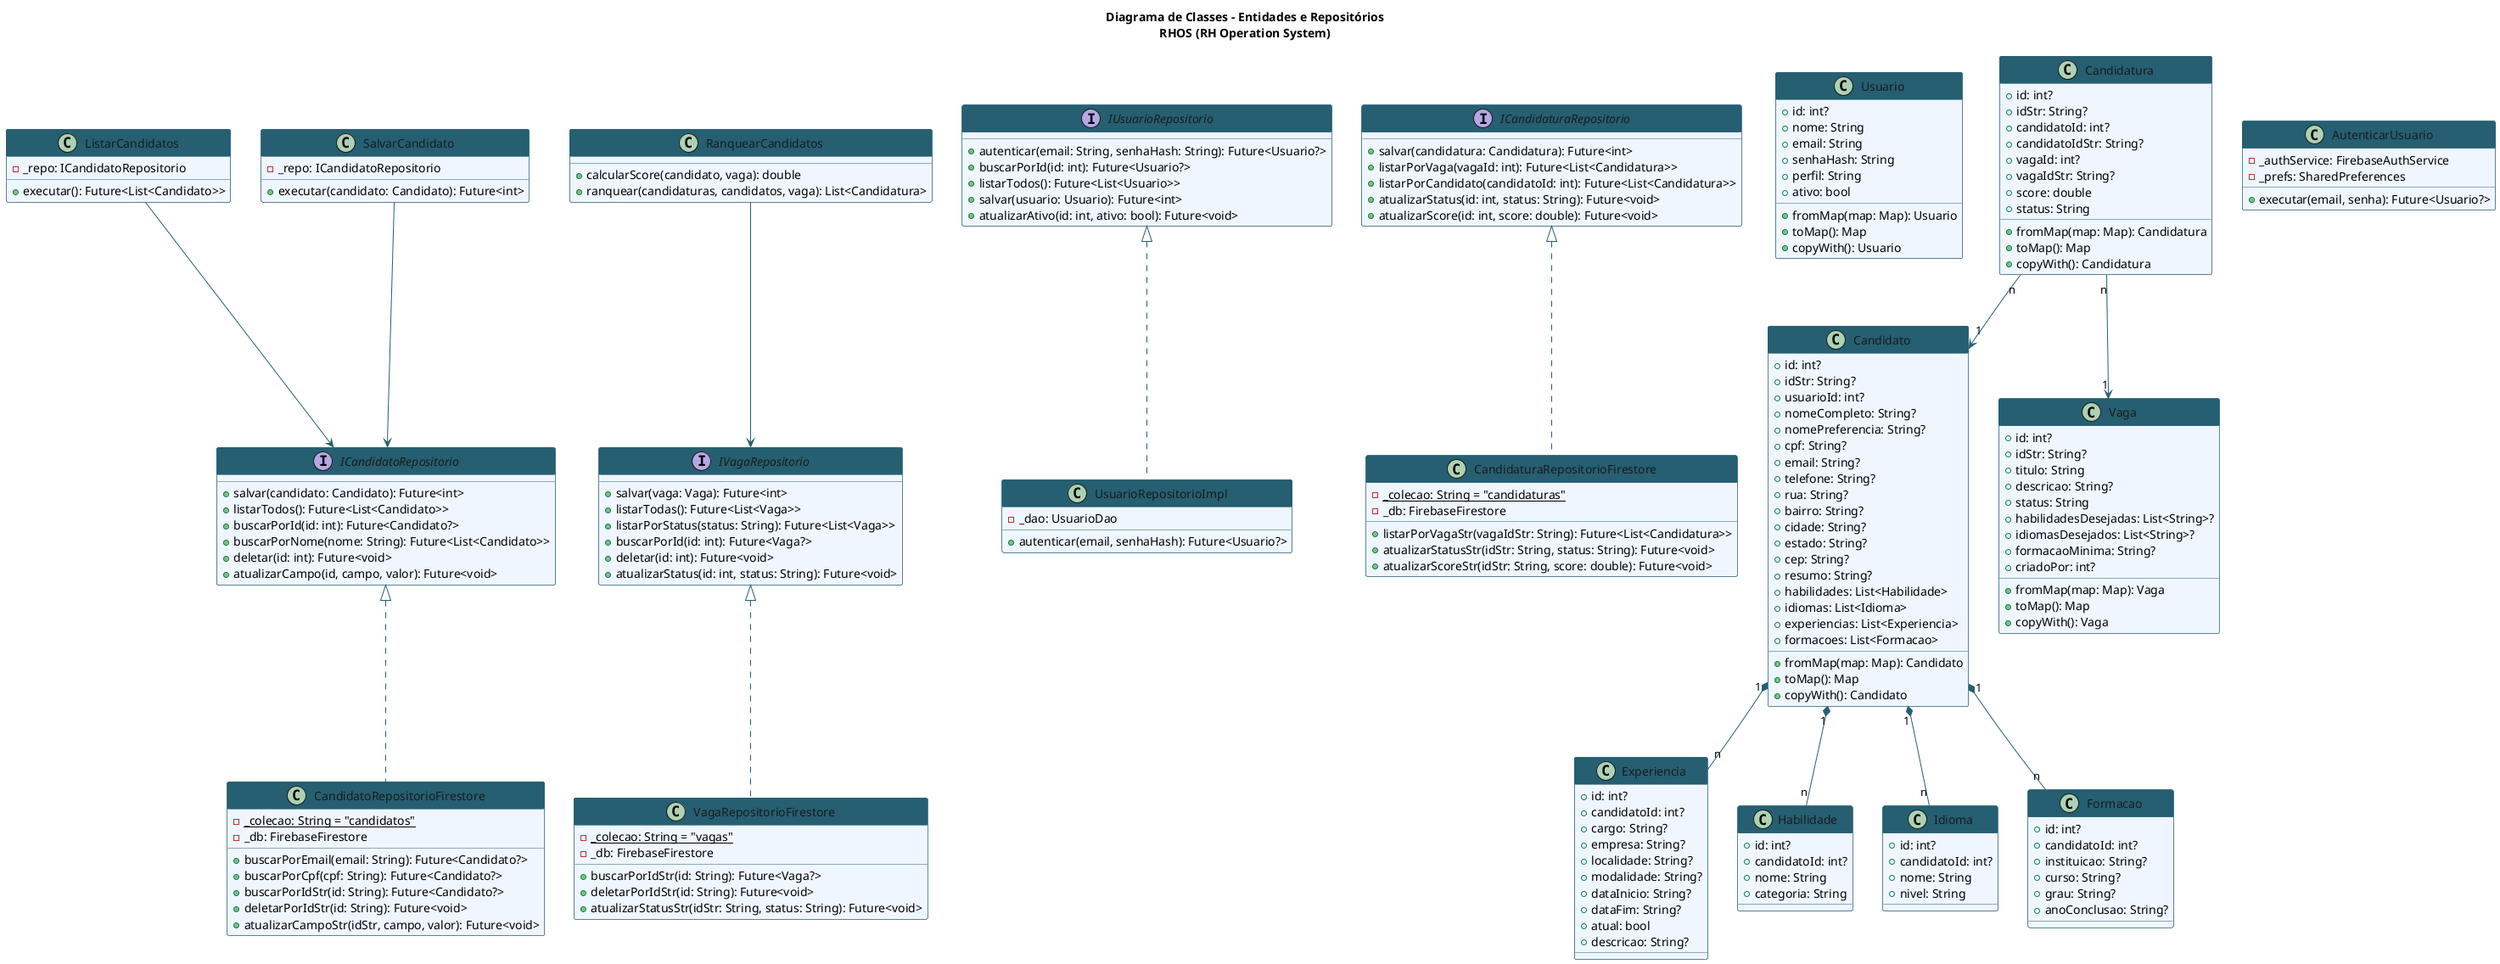
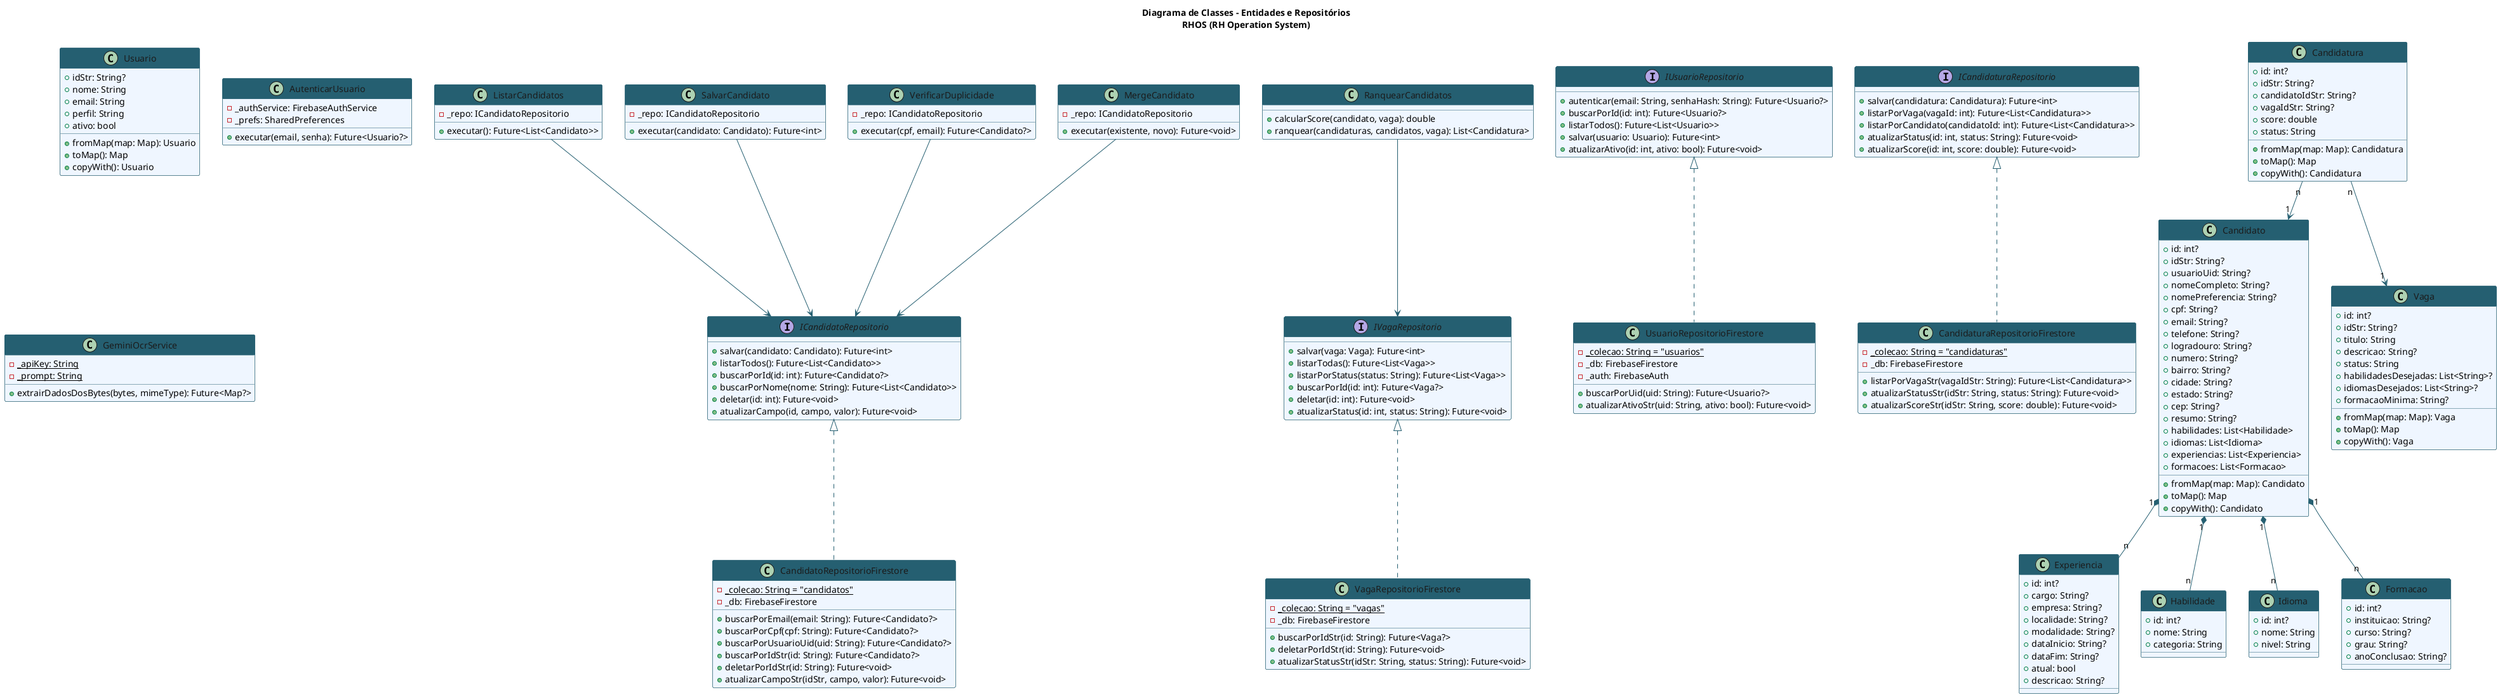
@startuml classes

title Diagrama de Classes – Entidades e Repositórios\nRHOS (RH Operation System)

skinparam classBackgroundColor #EFF6FF
skinparam classBorderColor #255F71
skinparam classHeaderBackgroundColor #255F71
skinparam classFontColor #1A1A1A
skinparam classHeaderFontColor #FFFFFF
skinparam interfaceBackgroundColor #FFF7ED
skinparam interfaceBorderColor #F48C68
skinparam interfaceHeaderBackgroundColor #F48C68
skinparam interfaceFontColor #1A1A1A
skinparam interfaceHeaderFontColor #FFFFFF
skinparam ArrowColor #255F71
skinparam backgroundColor #FFFFFF

' ── Interfaces de Repositório ────────────────────────────────────

interface ICandidatoRepositorio {
  +salvar(candidato: Candidato): Future<int>
  +listarTodos(): Future<List<Candidato>>
  +buscarPorId(id: int): Future<Candidato?>
  +buscarPorNome(nome: String): Future<List<Candidato>>
  +deletar(id: int): Future<void>
  +atualizarCampo(id, campo, valor): Future<void>
}

interface IVagaRepositorio {
  +salvar(vaga: Vaga): Future<int>
  +listarTodas(): Future<List<Vaga>>
  +listarPorStatus(status: String): Future<List<Vaga>>
  +buscarPorId(id: int): Future<Vaga?>
  +deletar(id: int): Future<void>
  +atualizarStatus(id: int, status: String): Future<void>
}

interface IUsuarioRepositorio {
  +autenticar(email: String, senhaHash: String): Future<Usuario?>
  +buscarPorId(id: int): Future<Usuario?>
  +listarTodos(): Future<List<Usuario>>
  +salvar(usuario: Usuario): Future<int>
  +atualizarAtivo(id: int, ativo: bool): Future<void>
}

interface ICandidaturaRepositorio {
  +salvar(candidatura: Candidatura): Future<int>
  +listarPorVaga(vagaId: int): Future<List<Candidatura>>
  +listarPorCandidato(candidatoId: int): Future<List<Candidatura>>
  +atualizarStatus(id: int, status: String): Future<void>
  +atualizarScore(id: int, score: double): Future<void>
}

' ── Implementações Firestore ─────────────────────────────────────

class CandidatoRepositorioFirestore {
  -{static} _colecao: String = "candidatos"
  -_db: FirebaseFirestore
  +buscarPorEmail(email: String): Future<Candidato?>
  +buscarPorCpf(cpf: String): Future<Candidato?>
+   +buscarPorUsuarioUid(uid: String): Future<Candidato?>
  +buscarPorIdStr(id: String): Future<Candidato?>
  +deletarPorIdStr(id: String): Future<void>
  +atualizarCampoStr(idStr, campo, valor): Future<void>
}

class VagaRepositorioFirestore {
  -{static} _colecao: String = "vagas"
  -_db: FirebaseFirestore
  +buscarPorIdStr(id: String): Future<Vaga?>
  +deletarPorIdStr(id: String): Future<void>
  +atualizarStatusStr(idStr: String, status: String): Future<void>
}

class CandidaturaRepositorioFirestore {
  -{static} _colecao: String = "candidaturas"
  -_db: FirebaseFirestore
  +listarPorVagaStr(vagaIdStr: String): Future<List<Candidatura>>
  +atualizarStatusStr(idStr: String, status: String): Future<void>
  +atualizarScoreStr(idStr: String, score: double): Future<void>
}

- class UsuarioRepositorioImpl {
-   -_dao: UsuarioDao
-   +autenticar(email, senhaHash): Future<Usuario?>
+ class UsuarioRepositorioFirestore {
+   -{static} _colecao: String = "usuarios"
+   -_db: FirebaseFirestore
+   -_auth: FirebaseAuth
+   +buscarPorUid(uid: String): Future<Usuario?>
+   +atualizarAtivoStr(uid: String, ativo: bool): Future<void>
}

' ── Entidades ────────────────────────────────────────────────────

class Usuario {
-   +id: int?
+   +idStr: String?
  +nome: String
  +email: String
-   +senhaHash: String
  +perfil: String
  +ativo: bool
  +fromMap(map: Map): Usuario
  +toMap(): Map
  +copyWith(): Usuario
}

class Candidato {
  +id: int?
  +idStr: String?
-   +usuarioId: int?
+   +usuarioUid: String?
  +nomeCompleto: String?
  +nomePreferencia: String?
  +cpf: String?
  +email: String?
  +telefone: String?
-   +rua: String?
+   +logradouro: String?
+   +numero: String?
  +bairro: String?
  +cidade: String?
  +estado: String?
  +cep: String?
  +resumo: String?
  +habilidades: List<Habilidade>
  +idiomas: List<Idioma>
  +experiencias: List<Experiencia>
  +formacoes: List<Formacao>
  +fromMap(map: Map): Candidato
  +toMap(): Map
  +copyWith(): Candidato
}

class Vaga {
  +id: int?
  +idStr: String?
  +titulo: String
  +descricao: String?
  +status: String
  +habilidadesDesejadas: List<String>?
  +idiomasDesejados: List<String>?
  +formacaoMinima: String?
-   +criadoPor: int?
  +fromMap(map: Map): Vaga
  +toMap(): Map
  +copyWith(): Vaga
}

class Candidatura {
  +id: int?
  +idStr: String?
-   +candidatoId: int?
  +candidatoIdStr: String?
-   +vagaId: int?
  +vagaIdStr: String?
  +score: double
  +status: String
  +fromMap(map: Map): Candidatura
  +toMap(): Map
  +copyWith(): Candidatura
}

class Experiencia {
  +id: int?
-   +candidatoId: int?
  +cargo: String?
  +empresa: String?
  +localidade: String?
  +modalidade: String?
  +dataInicio: String?
  +dataFim: String?
  +atual: bool
  +descricao: String?
}

class Habilidade {
  +id: int?
-   +candidatoId: int?
  +nome: String
  +categoria: String
}

class Idioma {
  +id: int?
-   +candidatoId: int?
  +nome: String
  +nivel: String
}

class Formacao {
  +id: int?
-   +candidatoId: int?
  +instituicao: String?
  +curso: String?
  +grau: String?
  +anoConclusao: String?
}

' ── Casos de Uso ─────────────────────────────────────────────────

class ListarCandidatos {
  -_repo: ICandidatoRepositorio
  +executar(): Future<List<Candidato>>
}

class SalvarCandidato {
  -_repo: ICandidatoRepositorio
  +executar(candidato: Candidato): Future<int>
}

+ class VerificarDuplicidade {
+   -_repo: ICandidatoRepositorio
+   +executar(cpf, email): Future<Candidato?>
+ }
+ 
+ class MergeCandidato {
+   -_repo: ICandidatoRepositorio
+   +executar(existente, novo): Future<void>
+ }
+ 
class RanquearCandidatos {
  +calcularScore(candidato, vaga): double
  +ranquear(candidaturas, candidatos, vaga): List<Candidatura>
}

class AutenticarUsuario {
  -_authService: FirebaseAuthService
  -_prefs: SharedPreferences
  +executar(email, senha): Future<Usuario?>
}

+ class GeminiOcrService {
+   -{static} _apiKey: String
+   -{static} _prompt: String
+   +extrairDadosDosBytes(bytes, mimeType): Future<Map?>
+ }
+ 
' ── Relacionamentos ──────────────────────────────────────────────

ICandidatoRepositorio    <|.. CandidatoRepositorioFirestore
IVagaRepositorio         <|.. VagaRepositorioFirestore
ICandidaturaRepositorio  <|.. CandidaturaRepositorioFirestore
- IUsuarioRepositorio      <|.. UsuarioRepositorioImpl
+ IUsuarioRepositorio      <|.. UsuarioRepositorioFirestore

Candidatura "n" --> "1" Candidato
Candidatura "n" --> "1" Vaga

Candidato "1" *-- "n" Habilidade
Candidato "1" *-- "n" Idioma
Candidato "1" *-- "n" Experiencia
Candidato "1" *-- "n" Formacao

- ListarCandidatos --> ICandidatoRepositorio
- SalvarCandidato  --> ICandidatoRepositorio
- RanquearCandidatos --> IVagaRepositorio
+ ListarCandidatos      --> ICandidatoRepositorio
+ SalvarCandidato       --> ICandidatoRepositorio
+ VerificarDuplicidade  --> ICandidatoRepositorio
+ MergeCandidato        --> ICandidatoRepositorio
+ RanquearCandidatos    --> IVagaRepositorio

@enduml
